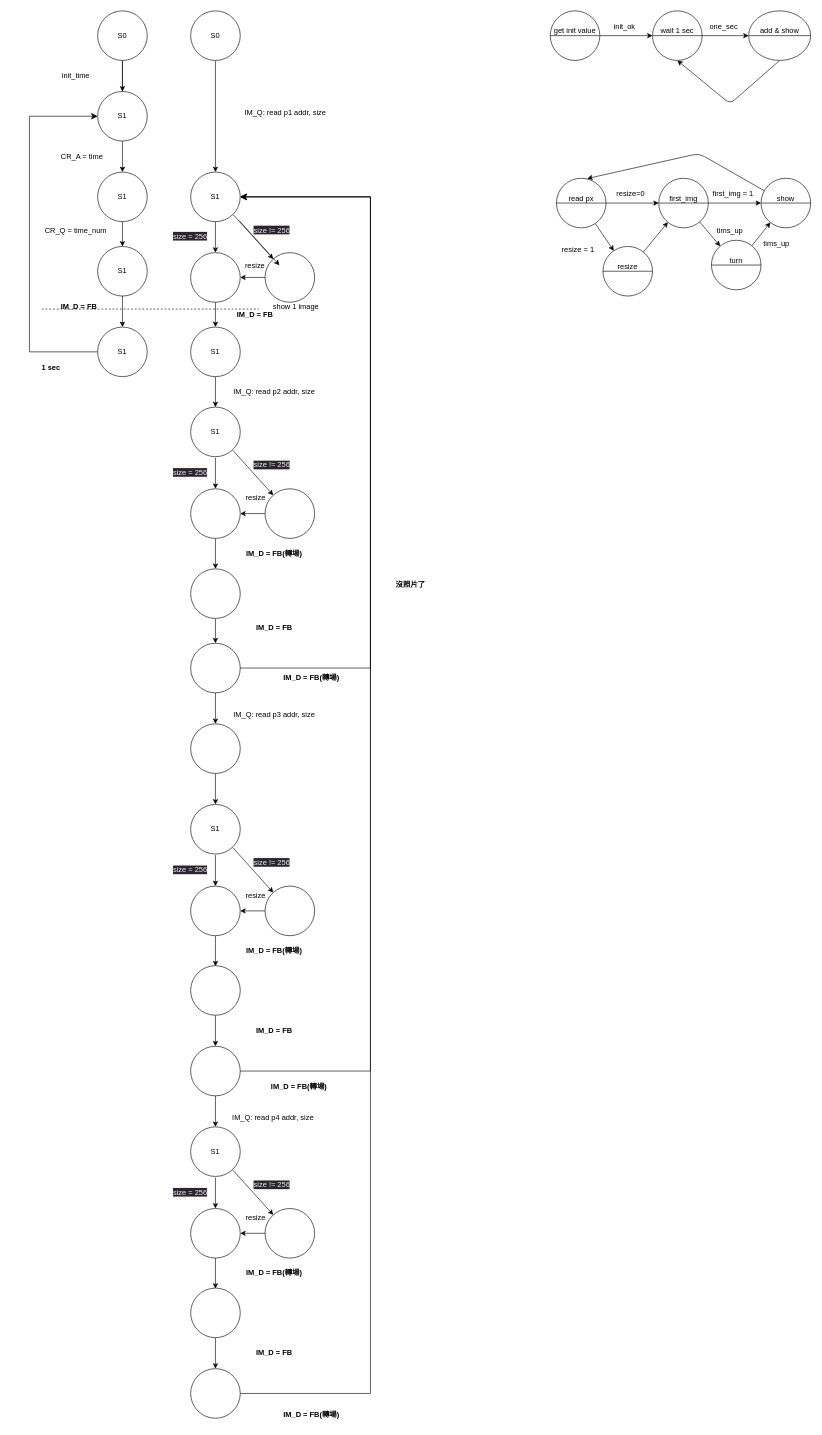
The draw.io diagram project3/fsm.drawio in guanyu0108/SOC, before the edit. Source tidied: cells renumbered, new cells numbered last; positions are measured from the earlier drawing's top-left corner, leaving out a move shared by most shapes. Both pictures are drawn from the tidied source at 62%, with x=0, y=0 at pixel (11, 11).
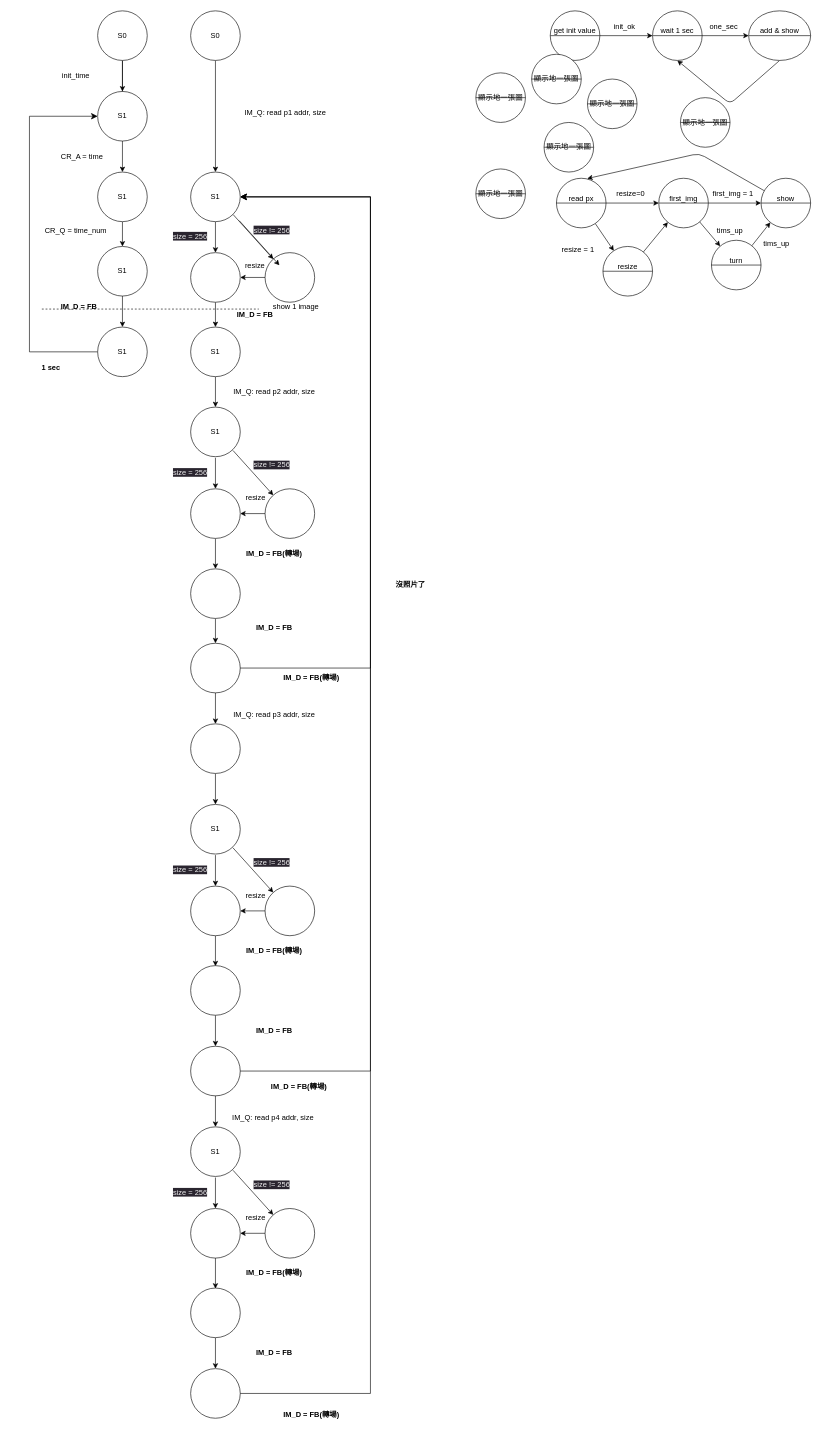
The same diagram, later.

Diff of the diagram source:
```diff
@@
+    <mxCell id="122" value="顯示地一張圖" style="shape=lineEllipse;perimeter=ellipsePerimeter;whiteSpace=wrap;html=1;backgroundOutline=1;" parent="1" vertex="1">
+      <mxGeometry x="750" y="100" width="80" height="80" as="geometry" />
+    </mxCell>
+    <mxCell id="123" value="顯示地一張圖" style="shape=lineEllipse;perimeter=ellipsePerimeter;whiteSpace=wrap;html=1;backgroundOutline=1;" parent="1" vertex="1">
+      <mxGeometry x="930" y="110" width="80" height="80" as="geometry" />
+    </mxCell>
+    <mxCell id="124" value="顯示地一張圖" style="shape=lineEllipse;perimeter=ellipsePerimeter;whiteSpace=wrap;html=1;backgroundOutline=1;" parent="1" vertex="1">
+      <mxGeometry x="840" y="70" width="80" height="80" as="geometry" />
+    </mxCell>
+    <mxCell id="125" value="顯示地一張圖" style="shape=lineEllipse;perimeter=ellipsePerimeter;whiteSpace=wrap;html=1;backgroundOutline=1;" parent="1" vertex="1">
+      <mxGeometry x="860" y="180" width="80" height="80" as="geometry" />
+    </mxCell>
+    <mxCell id="126" value="顯示地一張圖" style="shape=lineEllipse;perimeter=ellipsePerimeter;whiteSpace=wrap;html=1;backgroundOutline=1;" parent="1" vertex="1">
+      <mxGeometry x="750" y="255" width="80" height="80" as="geometry" />
+    </mxCell>
+    <mxCell id="127" value="顯示地一張圖" style="shape=lineEllipse;perimeter=ellipsePerimeter;whiteSpace=wrap;html=1;backgroundOutline=1;" parent="1" vertex="1">
+      <mxGeometry x="1080" y="140" width="80" height="80" as="geometry" />
+    </mxCell>
```
